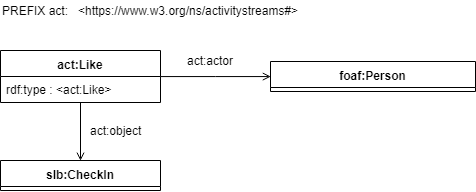
Before: docs/images/LikeOntologie.png, a diagram exported from draw.io (ozcanseker/Social-linked-beer). Source tidied: cells renumbered, new cells last; positions are measured from the earlier drawing's top-left corner, leaving out a move shared by most shapes. Its diagram source:
```xml
<mxGraphModel>
  <root>
    <mxCell id="0" />
    <mxCell id="1" parent="0" />
    <mxCell id="2" value="PREFIX act:&amp;nbsp; &amp;nbsp;&amp;lt;&lt;a href=&quot;https://www.w3.org/ns/activitystreams&quot;&gt;https://www.w3.org/ns/activitystreams#&lt;/a&gt;&amp;gt;&amp;nbsp;" style="text;html=1;align=left;verticalAlign=middle;" parent="1" vertex="1">
      <mxGeometry width="310" height="20" as="geometry" />
    </mxCell>
    <mxCell id="3" style="edgeStyle=orthogonalEdgeStyle;rounded=0;jettySize=auto;html=1;entryX=0.5;entryY=0;entryDx=0;entryDy=0;startSize=9;endArrow=open;endFill=0;endSize=6;targetPerimeterSpacing=0;" parent="1" edge="1" source="5" target="8">
      <mxGeometry relative="1" as="geometry" />
    </mxCell>
    <mxCell id="4" style="edgeStyle=orthogonalEdgeStyle;rounded=0;jettySize=auto;html=1;entryX=0;entryY=0.5;entryDx=0;entryDy=0;startSize=9;endArrow=open;endFill=0;endSize=6;targetPerimeterSpacing=0;" parent="1" edge="1" source="5" target="7">
      <mxGeometry relative="1" as="geometry" />
    </mxCell>
    <mxCell id="5" value="act:Like" style="swimlane;fontStyle=1;align=center;verticalAlign=top;horizontal=1;startSize=26;" parent="1" vertex="1">
      <mxGeometry y="50" width="160" height="52" as="geometry" />
    </mxCell>
    <mxCell id="6" value="rdf:type : &lt;act:Like&gt; &#10; " style="text;strokeColor=none;fillColor=none;align=left;verticalAlign=top;spacingLeft=4;spacingRight=4;overflow=hidden;points=[[0,0.5],[1,0.5]];portConstraint=eastwest;" parent="5" vertex="1">
      <mxGeometry y="26" width="160" height="26" as="geometry" />
    </mxCell>
    <mxCell id="7" value="foaf:Person" style="swimlane;fontStyle=1;align=center;verticalAlign=top;horizontal=1;startSize=26;" parent="1" vertex="1">
      <mxGeometry x="270" y="61" width="205" height="30" as="geometry" />
    </mxCell>
    <mxCell id="8" value="slb:CheckIn" style="swimlane;fontStyle=1;align=center;verticalAlign=top;horizontal=1;startSize=26;" parent="1" vertex="1">
      <mxGeometry y="160" width="160" height="30" as="geometry" />
    </mxCell>
    <mxCell id="9" value="act:actor" style="text;html=1;align=center;verticalAlign=middle;points=[];" parent="1" vertex="1">
      <mxGeometry x="180" y="50" width="60" height="20" as="geometry" />
    </mxCell>
    <mxCell id="10" value="act:object" style="text;html=1;align=center;verticalAlign=middle;" parent="1" vertex="1">
      <mxGeometry x="80" y="120" width="70" height="20" as="geometry" />
    </mxCell>
  </root>
</mxGraphModel>
```
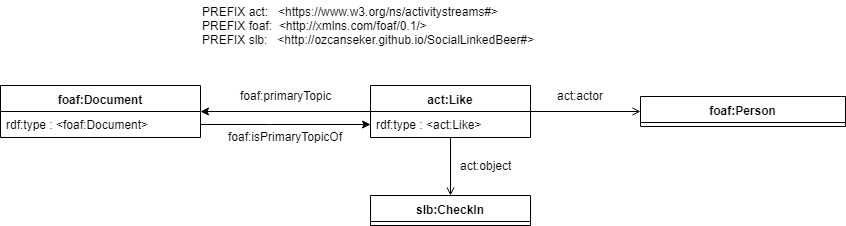
The same file after the commit.

The edit, as a diff of the source:
```diff
@@ -2,32 +2,55 @@
   <root>
     <mxCell id="0" />
     <mxCell id="1" parent="0" />
-    <mxCell id="2" value="PREFIX act:&amp;nbsp; &amp;nbsp;&amp;lt;&lt;a href=&quot;https://www.w3.org/ns/activitystreams&quot;&gt;https://www.w3.org/ns/activitystreams#&lt;/a&gt;&amp;gt;&amp;nbsp;" style="text;html=1;align=left;verticalAlign=middle;" parent="1" vertex="1">
-      <mxGeometry width="310" height="20" as="geometry" />
+    <mxCell id="2" value="PREFIX act:&amp;nbsp; &amp;nbsp;&amp;lt;&lt;a href=&quot;https://www.w3.org/ns/activitystreams&quot;&gt;https://www.w3.org/ns/activitystreams#&lt;/a&gt;&amp;gt;&amp;nbsp;&lt;br&gt;PREFIX foaf:&amp;nbsp; &amp;lt;http://xmlns.com/foaf/0.1/&amp;gt;&amp;nbsp;&lt;br&gt;PREFIX slb:&amp;nbsp; &amp;nbsp;&amp;lt;http://ozcanseker.github.io/SocialLinkedBeer#&amp;gt;" style="text;html=1;align=left;verticalAlign=middle;" parent="1" vertex="1">
+      <mxGeometry x="-30" y="-10" width="350" height="50" as="geometry" />
     </mxCell>
-    <mxCell id="3" style="edgeStyle=orthogonalEdgeStyle;rounded=0;jettySize=auto;html=1;entryX=0.5;entryY=0;entryDx=0;entryDy=0;startSize=9;endArrow=open;endFill=0;endSize=6;targetPerimeterSpacing=0;" parent="1" edge="1" source="5" target="8">
+    <mxCell id="3" style="edgeStyle=orthogonalEdgeStyle;rounded=0;jettySize=auto;html=1;entryX=0.5;entryY=0;entryDx=0;entryDy=0;startSize=9;endArrow=open;endFill=0;endSize=6;targetPerimeterSpacing=0;" parent="1" edge="1" source="6" target="9">
       <mxGeometry relative="1" as="geometry" />
     </mxCell>
-    <mxCell id="4" style="edgeStyle=orthogonalEdgeStyle;rounded=0;jettySize=auto;html=1;entryX=0;entryY=0.5;entryDx=0;entryDy=0;startSize=9;endArrow=open;endFill=0;endSize=6;targetPerimeterSpacing=0;" parent="1" edge="1" source="5" target="7">
+    <mxCell id="4" style="edgeStyle=orthogonalEdgeStyle;rounded=0;jettySize=auto;html=1;entryX=0;entryY=0.5;entryDx=0;entryDy=0;startSize=9;endArrow=open;endFill=0;endSize=6;targetPerimeterSpacing=0;" parent="1" edge="1" source="6" target="8">
       <mxGeometry relative="1" as="geometry" />
     </mxCell>
-    <mxCell id="5" value="act:Like" style="swimlane;fontStyle=1;align=center;verticalAlign=top;horizontal=1;startSize=26;" parent="1" vertex="1">
-      <mxGeometry y="50" width="160" height="52" as="geometry" />
+    <mxCell id="5" style="edgeStyle=orthogonalEdgeStyle;rounded=0;jettySize=auto;html=1;" parent="1" edge="1" source="6" target="13">
+      <mxGeometry relative="1" as="geometry" />
     </mxCell>
-    <mxCell id="6" value="rdf:type : &lt;act:Like&gt; &#10; " style="text;strokeColor=none;fillColor=none;align=left;verticalAlign=top;spacingLeft=4;spacingRight=4;overflow=hidden;points=[[0,0.5],[1,0.5]];portConstraint=eastwest;" parent="5" vertex="1">
-      <mxGeometry y="26" width="160" height="26" as="geometry" />
+    <mxCell id="6" value="act:Like" style="swimlane;fontStyle=1;align=center;verticalAlign=top;horizontal=1;startSize=26;" parent="1" vertex="1">
+      <mxGeometry x="140" y="75" width="160" height="52" as="geometry" />
     </mxCell>
-    <mxCell id="7" value="foaf:Person" style="swimlane;fontStyle=1;align=center;verticalAlign=top;horizontal=1;startSize=26;" parent="1" vertex="1">
-      <mxGeometry x="270" y="61" width="205" height="30" as="geometry" />
+    <mxCell id="7" value="rdf:type : &lt;act:Like&gt; &#10; " style="text;strokeColor=none;fillColor=none;align=left;verticalAlign=top;spacingLeft=4;spacingRight=4;overflow=hidden;points=[[0,0.5],[1,0.5]];portConstraint=eastwest;" parent="6" vertex="1">
+      <mxGeometry y="26" width="160" height="26" as="geometry" />
     </mxCell>
-    <mxCell id="8" value="slb:CheckIn" style="swimlane;fontStyle=1;align=center;verticalAlign=top;horizontal=1;startSize=26;" parent="1" vertex="1">
-      <mxGeometry y="160" width="160" height="30" as="geometry" />
+    <mxCell id="8" value="foaf:Person" style="swimlane;fontStyle=1;align=center;verticalAlign=top;horizontal=1;startSize=26;" parent="1" vertex="1">
+      <mxGeometry x="410" y="86" width="205" height="30" as="geometry" />
     </mxCell>
-    <mxCell id="9" value="act:actor" style="text;html=1;align=center;verticalAlign=middle;points=[];" parent="1" vertex="1">
-      <mxGeometry x="180" y="50" width="60" height="20" as="geometry" />
+    <mxCell id="9" value="slb:CheckIn" style="swimlane;fontStyle=1;align=center;verticalAlign=top;horizontal=1;startSize=26;" parent="1" vertex="1">
+      <mxGeometry x="140" y="185" width="160" height="30" as="geometry" />
     </mxCell>
-    <mxCell id="10" value="act:object" style="text;html=1;align=center;verticalAlign=middle;" parent="1" vertex="1">
-      <mxGeometry x="80" y="120" width="70" height="20" as="geometry" />
+    <mxCell id="10" value="act:actor" style="text;html=1;align=center;verticalAlign=middle;" parent="1" vertex="1">
+      <mxGeometry x="320" y="75" width="60" height="20" as="geometry" />
     </mxCell>
+    <mxCell id="11" value="act:object" style="text;html=1;align=center;verticalAlign=middle;" parent="1" vertex="1">
+      <mxGeometry x="220" y="145" width="70" height="20" as="geometry" />
+    </mxCell>
+    <mxCell id="12" style="edgeStyle=orthogonalEdgeStyle;rounded=0;jettySize=auto;html=1;" parent="1" edge="1" source="13" target="7">
+      <mxGeometry relative="1" as="geometry">
+        <Array as="points">
+          <mxPoint x="40" y="114" />
+          <mxPoint x="40" y="114" />
+        </Array>
+      </mxGeometry>
+    </mxCell>
+    <mxCell id="13" value="foaf:Document" style="swimlane;fontStyle=1;align=center;verticalAlign=top;horizontal=1;startSize=26;" parent="1" vertex="1">
+      <mxGeometry x="-230" y="75" width="200" height="52" as="geometry" />
+    </mxCell>
+    <mxCell id="14" value="rdf:type : &lt;foaf:Document&gt; &#10; " style="text;strokeColor=none;fillColor=none;align=left;verticalAlign=top;spacingLeft=4;spacingRight=4;overflow=hidden;" parent="13" vertex="1">
+      <mxGeometry y="26" width="200" height="26" as="geometry" />
+    </mxCell>
+    <mxCell id="15" value="foaf:primaryTopic" style="text;html=1;align=center;verticalAlign=middle;" parent="1" vertex="1">
+      <mxGeometry y="75" width="110" height="20" as="geometry" />
+    </mxCell>
+    <mxCell id="16" value="foaf:isPrimaryTopicOf" style="text;html=1;align=center;verticalAlign=middle;" parent="1" vertex="1">
+      <mxGeometry x="-10" y="116" width="130" height="20" as="geometry" />
+    </mxCell>
   </root>
 </mxGraphModel>
```
